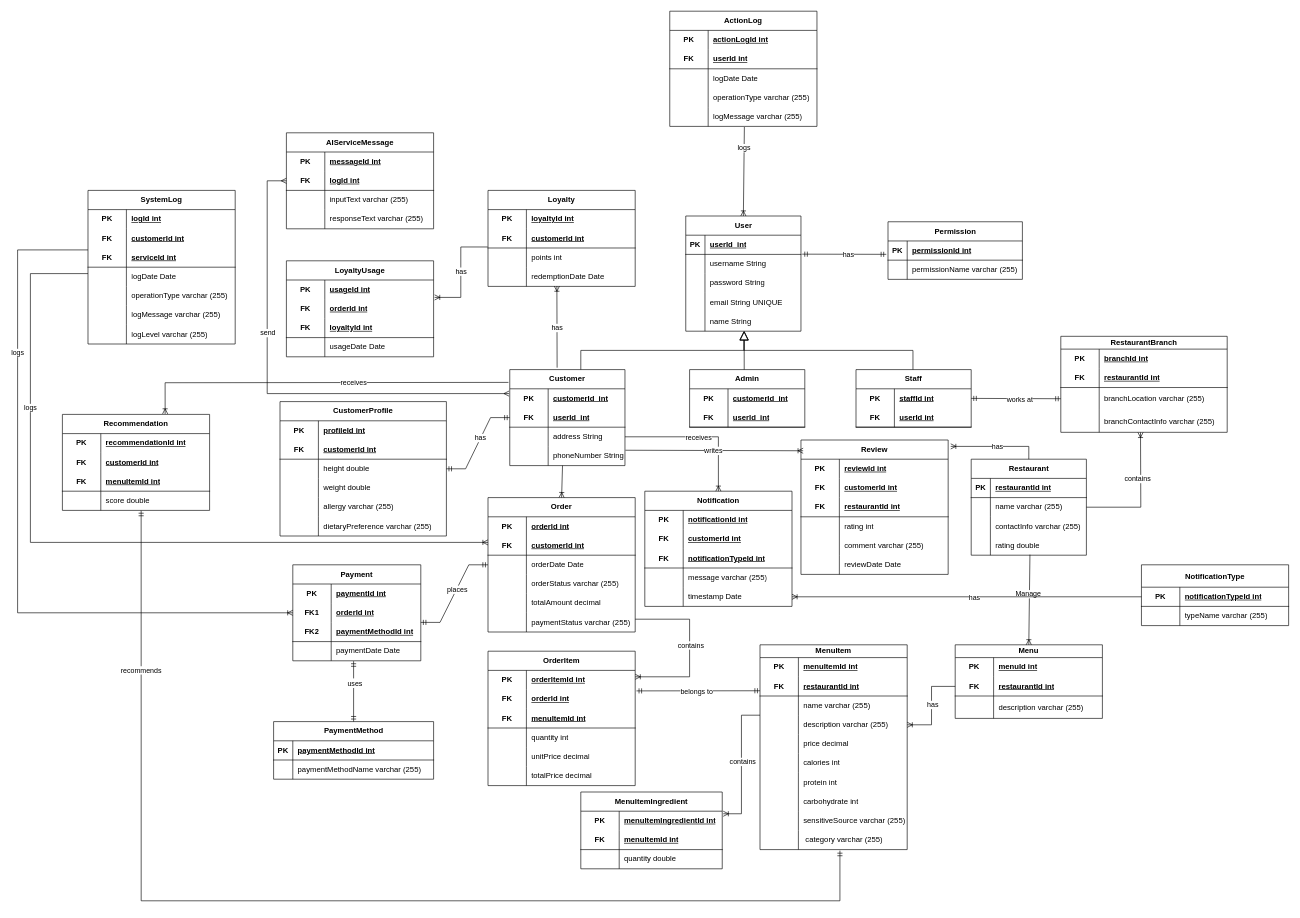
Above: page "ERD Diagram" (1 of 5) of uml/Diagram.drawio in timlau999/ForTest (draw.io), before the change. Source tidied: cells renumbered, new cells numbered last; positions are measured from the earlier drawing's top-left corner, leaving out a move shared by most shapes. Both pictures are drawn from the tidied source at 64%, with x=0, y=0 at pixel (17, 11).
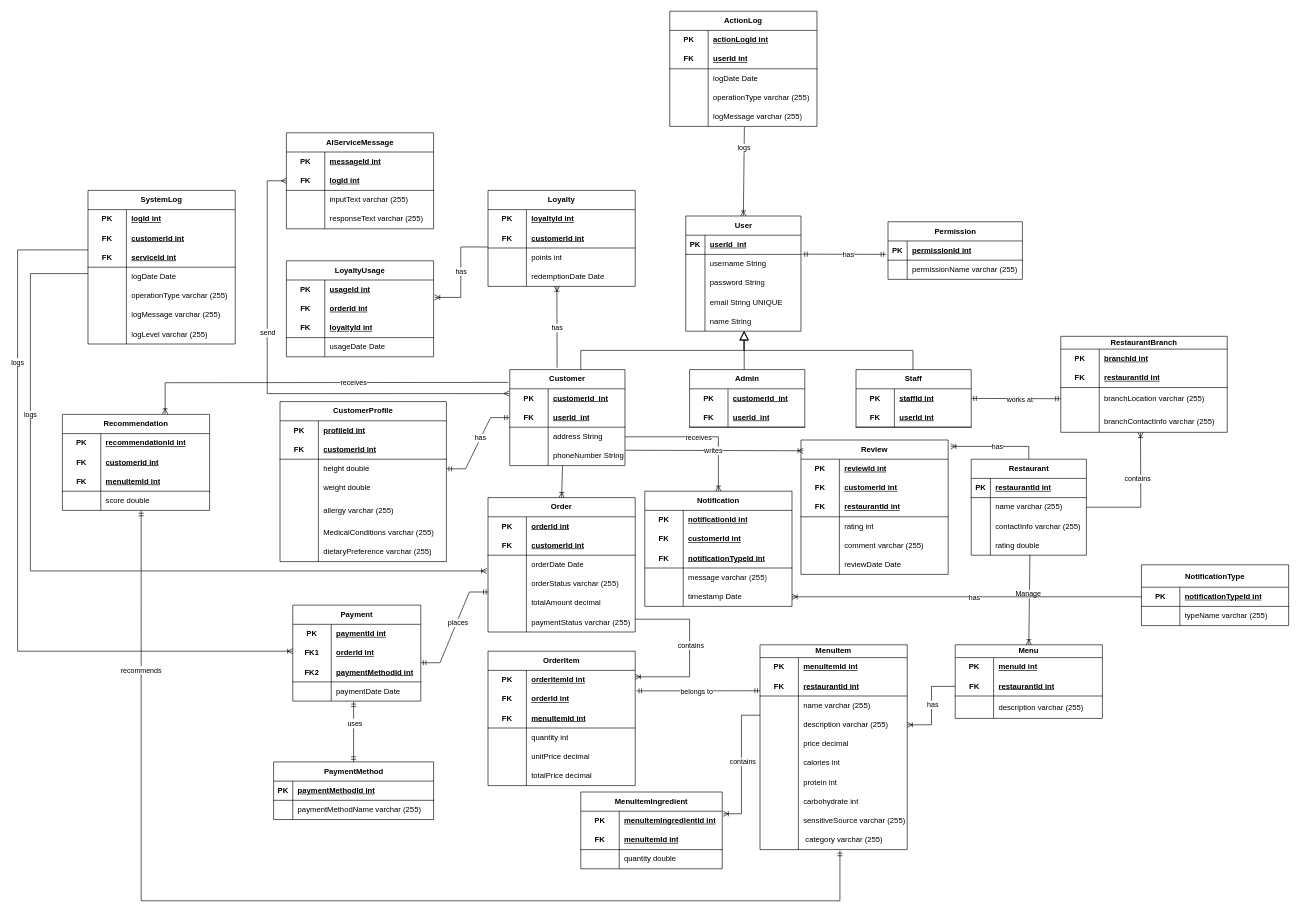
Above is the later version.

The change refers to these unchanged cells:
```xml
<mxCell id="109" style="shape=tableRow;horizontal=0;startSize=0;swimlaneHead=0;swimlaneBody=0;fillColor=none;points=[[0,0.5],[1,0.5]];portConstraint=eastwest;top=0;left=0;right=0;bottom=0;html=1;" parent="102" vertex="1">
  <mxGeometry y="90" width="230" height="30" as="geometry" />
</mxCell>
<mxCell id="112" style="shape=tableRow;horizontal=0;startSize=0;swimlaneHead=0;swimlaneBody=0;fillColor=none;points=[[0,0.5],[1,0.5]];portConstraint=eastwest;top=0;left=0;right=0;bottom=0;html=1;" parent="102" vertex="1">
  <mxGeometry y="120" width="230" height="30" as="geometry" />
</mxCell>
<mxCell id="125" style="shape=tableRow;horizontal=0;startSize=0;swimlaneHead=0;swimlaneBody=0;fillColor=none;points=[[0,0.5],[1,0.5]];portConstraint=eastwest;top=0;left=0;right=0;bottom=0;html=1;" parent="121" vertex="1">
  <mxGeometry y="60" width="200" height="30" as="geometry" />
</mxCell>
<mxCell id="130" value="paymentMethodId int" style="shape=partialRectangle;fillColor=none;top=0;left=0;bottom=0;right=0;align=left;spacingLeft=6;fontStyle=5;overflow=hidden;html=1;whiteSpace=wrap;" parent="128" vertex="1">
  <mxGeometry x="60" width="140" height="30" as="geometry" />
</mxCell>
<mxCell id="281" style="shape=tableRow;horizontal=0;startSize=0;swimlaneHead=0;swimlaneBody=0;fillColor=none;points=[[0,0.5],[1,0.5]];portConstraint=eastwest;top=0;left=0;right=0;bottom=1;html=1;" parent="274" vertex="1">
  <mxGeometry y="90" width="230" height="30" as="geometry" />
</mxCell>
```

Diff of the diagram source:
```diff
@@
     <mxCell id="121" value="Payment" style="shape=table;startSize=30;childLayout=tableLayout;rowLines=0;fontStyle=1;align=center;html=1;whiteSpace=wrap;" parent="1" vertex="1">
-      <mxGeometry x="430" y="865" width="200" height="150" as="geometry" />
+      <mxGeometry x="430" y="928" width="200" height="150" as="geometry" />
     </mxCell>
@@
     <mxCell id="134" value="PaymentMethod" style="shape=table;startSize=30;childLayout=tableLayout;rowLines=0;fontStyle=1;align=center;html=1;" parent="1" vertex="1">
-      <mxGeometry x="400" y="1110" width="250" height="90" as="geometry" />
+      <mxGeometry x="400" y="1173" width="250" height="90" as="geometry" />
     </mxCell>
@@
     <mxCell id="141" value="CustomerProfile" style="shape=table;startSize=30;childLayout=tableLayout;rowLines=0;fontStyle=1;align=center;html=1;whiteSpace=wrap;" parent="1" vertex="1">
-      <mxGeometry x="410" y="610" width="260" height="210" as="geometry" />
+      <mxGeometry x="410" y="610" width="260" height="250" as="geometry" />
     </mxCell>
@@
     <mxCell id="154" style="shape=tableRow;horizontal=0;startSize=0;swimlaneHead=0;swimlaneBody=0;fillColor=none;top=0;left=0;right=0;bottom=0;html=1;" parent="141" vertex="1">
-      <mxGeometry y="150" width="260" height="30" as="geometry" />
+      <mxGeometry y="150" width="260" height="40" as="geometry" />
     </mxCell>
     <mxCell id="155" style="shape=partialRectangle;fillColor=none;top=0;left=0;bottom=0;right=0;overflow=hidden;html=1;whiteSpace=wrap;" parent="154" vertex="1">
-      <mxGeometry width="60" height="30" as="geometry" />
+      <mxGeometry width="60" height="40" as="geometry" />
     </mxCell>
     <mxCell id="156" value="allergy varchar (255)" style="shape=partialRectangle;fillColor=none;top=0;left=0;bottom=0;right=0;align=left;spacingLeft=6;overflow=hidden;html=1;whiteSpace=wrap;" parent="154" vertex="1">
-      <mxGeometry x="60" width="200" height="30" as="geometry" />
+      <mxGeometry x="60" width="200" height="40" as="geometry" />
     </mxCell>
     <mxCell id="157" style="shape=tableRow;horizontal=0;startSize=0;swimlaneHead=0;swimlaneBody=0;fillColor=none;top=0;left=0;right=0;bottom=0;html=1;" parent="141" vertex="1">
-      <mxGeometry y="180" width="260" height="30" as="geometry" />
+      <mxGeometry y="190" width="260" height="30" as="geometry" />
     </mxCell>
@@
-    <mxCell id="159" value="dietaryPreference varchar (255)" style="shape=partialRectangle;fillColor=none;top=0;left=0;bottom=0;right=0;align=left;spacingLeft=6;overflow=hidden;html=1;whiteSpace=wrap;" parent="157" vertex="1">
+    <mxCell id="159" value="MedicalConditions varchar (255)" style="shape=partialRectangle;fillColor=none;top=0;left=0;bottom=0;right=0;align=left;spacingLeft=6;overflow=hidden;html=1;whiteSpace=wrap;" parent="157" vertex="1">
       <mxGeometry x="60" width="200" height="30" as="geometry" />
     </mxCell>
+    <mxCell id="389" style="shape=tableRow;horizontal=0;startSize=0;swimlaneHead=0;swimlaneBody=0;fillColor=none;top=0;left=0;right=0;bottom=0;html=1;" parent="141" vertex="1">
+      <mxGeometry y="220" width="260" height="30" as="geometry" />
+    </mxCell>
+    <mxCell id="390" style="shape=partialRectangle;fillColor=none;top=0;left=0;bottom=0;right=0;overflow=hidden;html=1;whiteSpace=wrap;" parent="389" vertex="1">
+      <mxGeometry width="60" height="30" as="geometry" />
+    </mxCell>
+    <mxCell id="391" value="dietaryPreference varchar (255)" style="shape=partialRectangle;fillColor=none;top=0;left=0;bottom=0;right=0;align=left;spacingLeft=6;overflow=hidden;html=1;whiteSpace=wrap;" parent="389" vertex="1">
+      <mxGeometry x="60" width="200" height="30" as="geometry" />
+    </mxCell>
@@
-    <mxCell id="163" style="edgeStyle=entityRelationEdgeStyle;fontSize=12;html=1;endArrow=ERmandOne;startArrow=ERmandOne;rounded=0;exitX=1;exitY=0;exitDx=0;exitDy=0;entryX=0;entryY=0.5;entryDx=0;entryDy=0;" parent="1" edge="1" source="130" target="109">
-      <mxGeometry relative="1" as="geometry" />
+    <mxCell id="163" style="edgeStyle=entityRelationEdgeStyle;fontSize=12;html=1;endArrow=ERmandOne;startArrow=ERmandOne;rounded=0;exitX=1;exitY=0;exitDx=0;exitDy=0;entryX=0.004;entryY=0.916;entryDx=0;entryDy=0;entryPerimeter=0;" parent="1" edge="1" source="130" target="112">
+      <mxGeometry relative="1" as="geometry">
+        <Array as="points">
+          <mxPoint x="720" y="890" />
+          <mxPoint x="720" y="900" />
+        </Array>
+      </mxGeometry>
     </mxCell>
@@
-    <mxCell id="334" style="fontSize=12;html=1;endArrow=ERoneToMany;rounded=0;edgeStyle=orthogonalEdgeStyle;exitX=0;exitY=0.5;exitDx=0;exitDy=0;entryX=0;entryY=0.5;entryDx=0;entryDy=0;" parent="1" edge="1">
+    <mxCell id="334" style="fontSize=12;html=1;endArrow=ERoneToMany;rounded=0;edgeStyle=orthogonalEdgeStyle;exitX=0;exitY=0.5;exitDx=0;exitDy=0;entryX=-0.009;entryY=0.821;entryDx=0;entryDy=0;entryPerimeter=0;" parent="1" edge="1" target="109">
       <mxGeometry relative="1" as="geometry">
         <mxPoint x="110" y="410" as="sourcePoint" />
-        <mxPoint x="735" y="830" as="targetPoint" />
         <Array as="points">
           <mxPoint x="20" y="410" />
-          <mxPoint x="20" y="830" />
+          <mxPoint x="20" y="875" />
         </Array>
       </mxGeometry>
     </mxCell>
@@
-    <mxCell id="336" style="fontSize=12;html=1;endArrow=ERoneToMany;rounded=0;edgeStyle=orthogonalEdgeStyle;entryX=0;entryY=0.5;entryDx=0;entryDy=0;" parent="1" edge="1" source="281" target="125">
+    <mxCell id="336" style="fontSize=12;html=1;endArrow=ERoneToMany;rounded=0;edgeStyle=orthogonalEdgeStyle;" parent="1" edge="1" source="281">
       <mxGeometry relative="1" as="geometry">
+        <mxPoint x="430" y="1000" as="targetPoint" />
         <Array as="points">
           <mxPoint y="373" />
-          <mxPoint y="940" />
+          <mxPoint y="1000" />
+          <mxPoint x="430" y="1000" />
         </Array>
       </mxGeometry>
     </mxCell>
```
